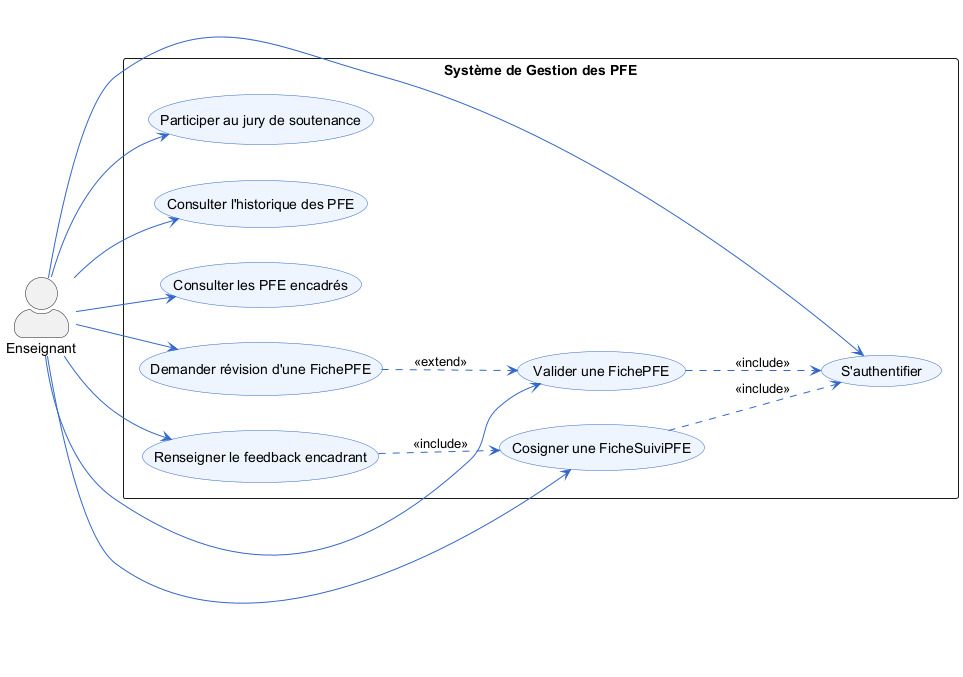
This is diagrams/uc-enseignant.png from rhpo/pfe-enhanced, a PlantUML export, as it was before one commit.
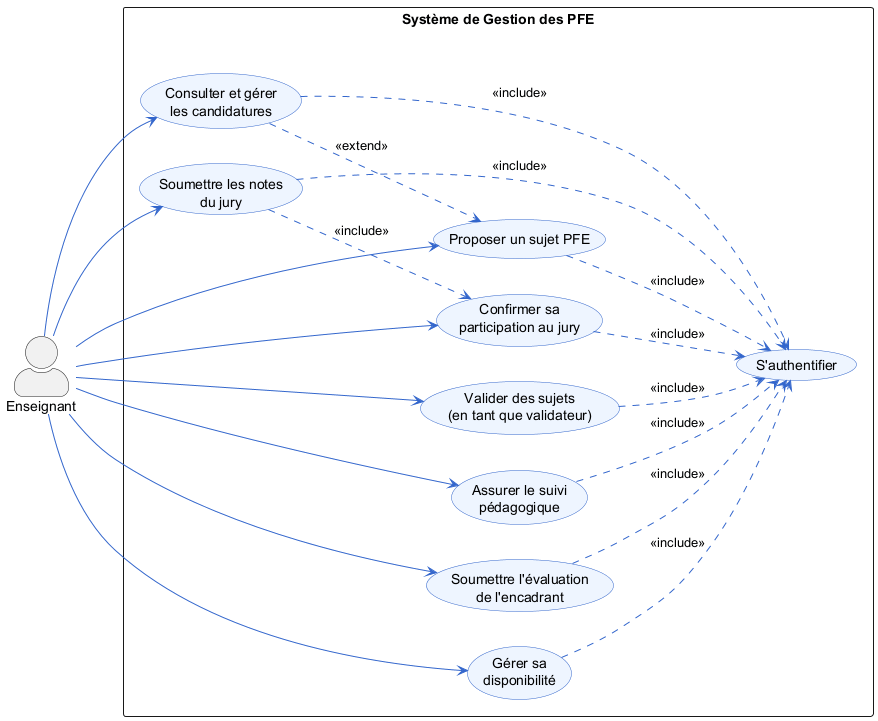
After the commit.

What changed in the source:
```diff
@@ -11,14 +11,15 @@
 actor "Enseignant" as T
 
 rectangle "Système de Gestion des PFE" {
-  usecase "S'authentifier" as UC1
-  usecase "Consulter les PFE encadrés" as UC2
-  usecase "Valider une FichePFE" as UC3
-  usecase "Demander révision d'une FichePFE" as UC4
-  usecase "Cosigner une FicheSuiviPFE" as UC5
-  usecase "Renseigner le feedback encadrant" as UC6
-  usecase "Participer au jury de soutenance" as UC7
-  usecase "Consulter l'historique des PFE" as UC8
+  usecase "S'authentifier" as AUTH
+  usecase "Proposer un sujet PFE" as UC1
+  usecase "Valider des sujets\n(en tant que validateur)" as UC2
+  usecase "Consulter et gérer\nles candidatures" as UC3
+  usecase "Assurer le suivi\npédagogique" as UC4
+  usecase "Soumettre l'évaluation\nde l'encadrant" as UC5
+  usecase "Confirmer sa\nparticipation au jury" as UC6
+  usecase "Soumettre les notes\ndu jury" as UC7
+  usecase "Gérer sa\ndisponibilité" as UC8
 }
 
 T --> UC1
@@ -30,8 +31,15 @@
 T --> UC7
 T --> UC8
 
-UC3 ..> UC1 : <<include>>
-UC5 ..> UC1 : <<include>>
-UC6 ..> UC5 : <<include>>
-UC4 ..> UC3 : <<extend>>
+UC1 ..> AUTH : <<include>>
+UC2 ..> AUTH : <<include>>
+UC3 ..> AUTH : <<include>>
+UC4 ..> AUTH : <<include>>
+UC5 ..> AUTH : <<include>>
+UC6 ..> AUTH : <<include>>
+UC7 ..> AUTH : <<include>>
+UC8 ..> AUTH : <<include>>
+
+UC3 ..> UC1 : <<extend>>
+UC7 ..> UC6 : <<include>>
 @enduml
```
